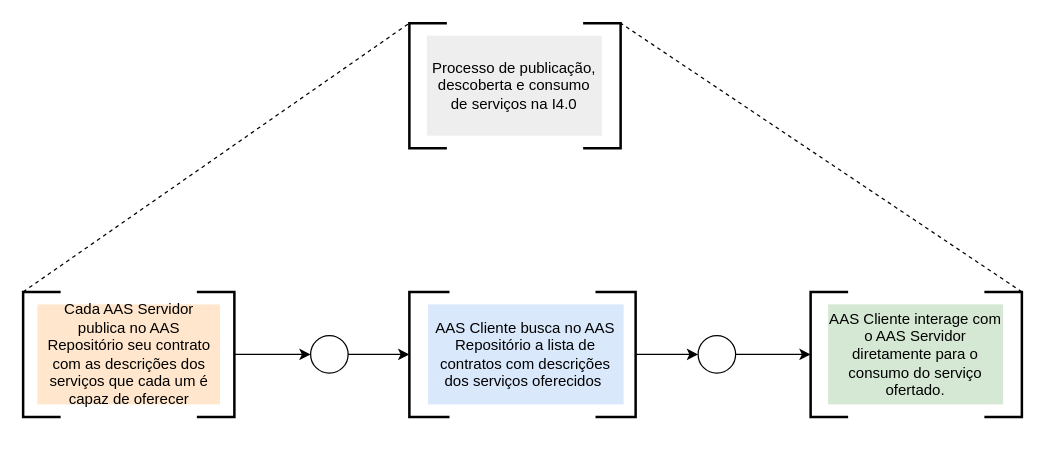
This is page "pfs-ws" (6 of 17) of images/diagramas/diagramas.drawio from hvitoi/i4.0-PLM, a draw.io file, before an edit. Source tidied: cells renumbered, new cells numbered last; positions are measured from the earlier drawing's top-left corner, leaving out a move shared by most shapes. Both pictures are drawn from the tidied source at 125%, with x=0, y=0 at pixel (22, 22).
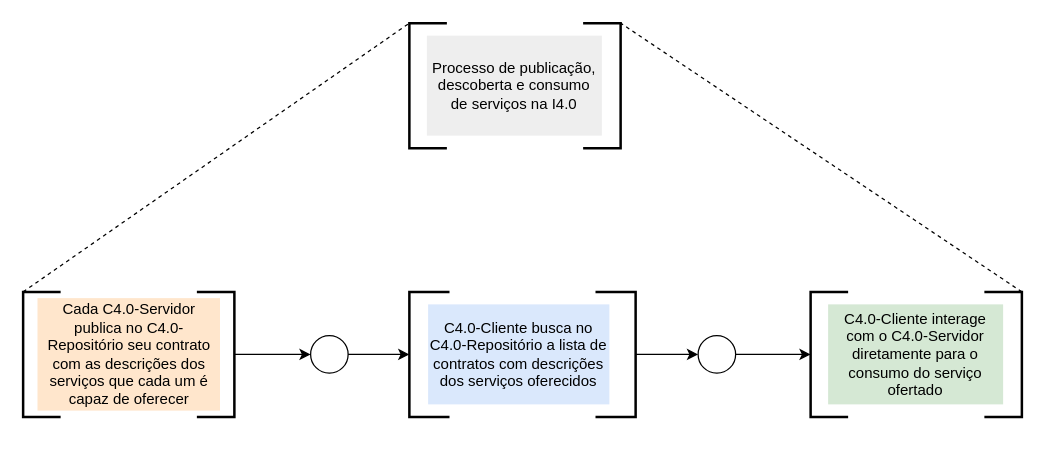
Above is the later version.

The change refers to these unchanged cells:
```xml
<mxCell id="7" style="group;" parent="6" vertex="1">
  <mxGeometry x="-40" y="-25" width="169" height="100" as="geometry" />
</mxCell>
<mxCell id="11" style="group;" parent="1" vertex="1">
  <mxGeometry x="309" y="215" width="181" height="100" as="geometry" />
</mxCell>
<mxCell id="15" style="group;" parent="1" vertex="1">
  <mxGeometry x="630" y="215" width="169" height="100" as="geometry" />
</mxCell>
```

Change to the diagram source:
```diff
@@
-    <mxCell id="9" value="Cada AAS Servidor publica no AAS Repositório seu contrato com as descrições dos serviços que cada um é capaz de oferecer" style="rounded=0;whiteSpace=wrap;html=1;fillColor=#ffe6cc;strokeColor=none;" parent="7" vertex="1">
-      <mxGeometry x="11.5" y="10" width="146" height="80" as="geometry" />
+    <mxCell id="9" value="Cada C4.0-Servidor publica no C4.0-Repositório seu contrato com as descrições dos serviços que cada um é capaz de oferecer" style="rounded=0;whiteSpace=wrap;html=1;fillColor=#ffe6cc;strokeColor=none;" parent="7" vertex="1">
+      <mxGeometry x="11.5" y="5" width="146" height="90" as="geometry" />
     </mxCell>
@@
-    <mxCell id="13" value="AAS Cliente busca no AAS Repositório a lista de contratos com descrições dos serviços oferecidos&amp;nbsp;" style="rounded=0;whiteSpace=wrap;html=1;fillColor=#dae8fc;strokeColor=none;" parent="11" vertex="1">
-      <mxGeometry x="15" y="10" width="156.4" height="80" as="geometry" />
+    <mxCell id="13" value="C4.0-Cliente busca no C4.0-Repositório a lista de contratos com descrições dos serviços oferecidos" style="rounded=0;whiteSpace=wrap;html=1;fillColor=#dae8fc;strokeColor=none;" parent="11" vertex="1">
+      <mxGeometry x="15" y="10" width="145" height="80" as="geometry" />
     </mxCell>
@@
-    <mxCell id="17" value="AAS Cliente interage com o AAS Servidor diretamente para o consumo do serviço ofertado." style="rounded=0;whiteSpace=wrap;html=1;fillColor=#d5e8d4;strokeColor=none;" parent="15" vertex="1">
+    <mxCell id="17" value="C4.0-Cliente interage com o C4.0-Servidor diretamente para o consumo do serviço ofertado" style="rounded=0;whiteSpace=wrap;html=1;fillColor=#d5e8d4;strokeColor=none;" parent="15" vertex="1">
       <mxGeometry x="14" y="10" width="140" height="80" as="geometry" />
     </mxCell>
```
